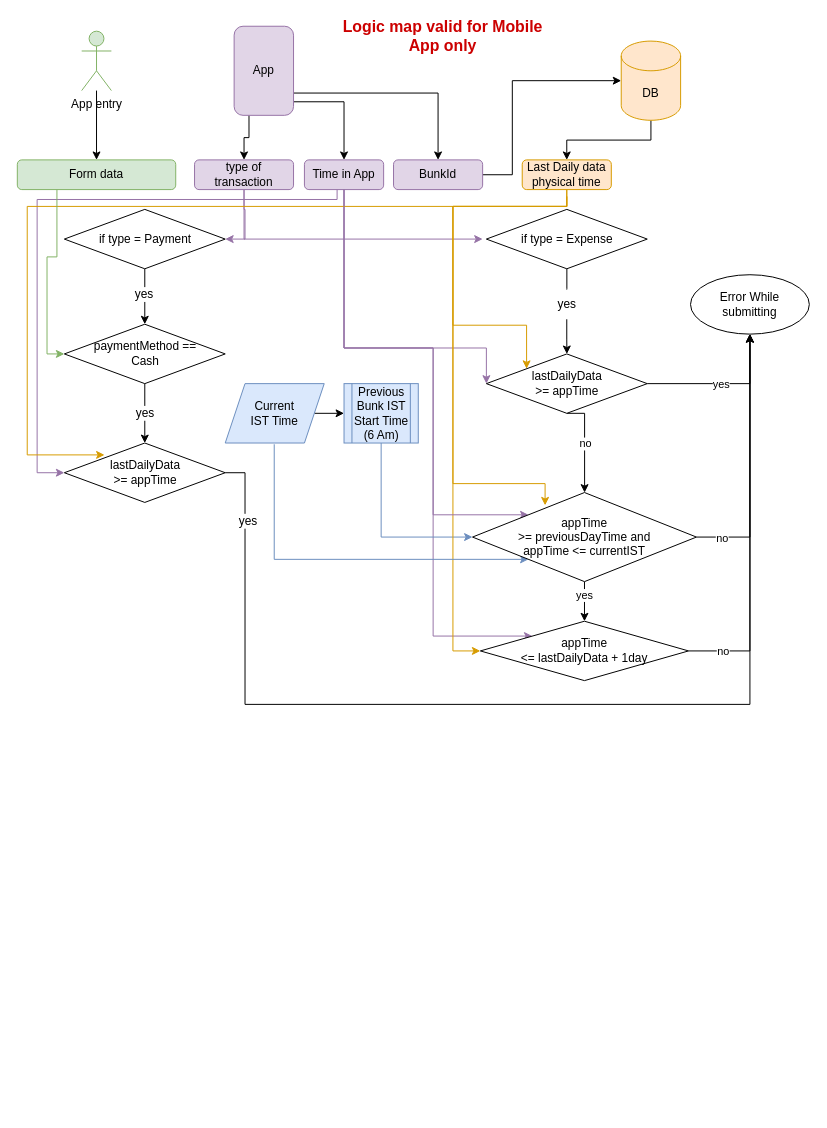
LakshEternl/GazoLogicMap keeps this draw.io diagram as page "InitialCheck" (1 of 3) of Creditor_Transactions.drawio. Above is the earlier version. Source tidied: cells renumbered, new cells numbered last; positions are measured from the earlier drawing's top-left corner, leaving out a move shared by most shapes. Both pictures are drawn from the tidied source at 99%, with x=0, y=0 at pixel (17, 21).
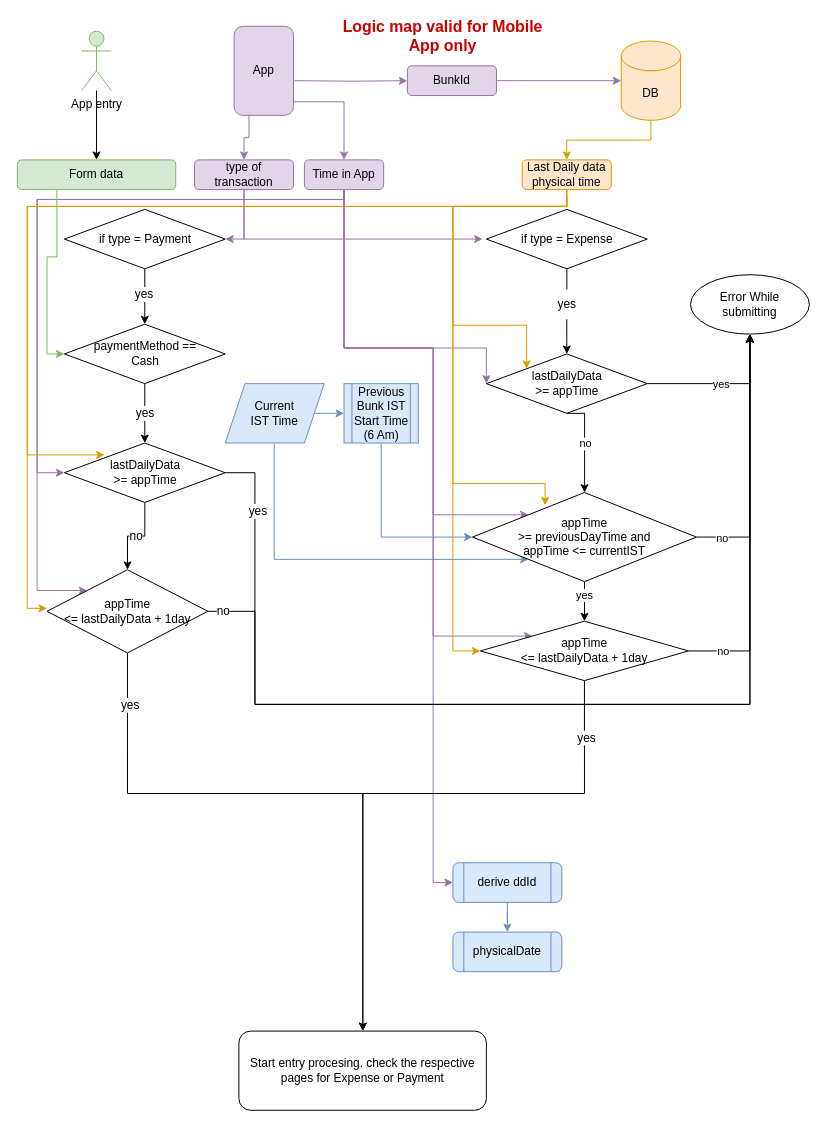
The same diagram, later.

Unchanged cells that the change refers to:
```xml
<mxCell id="4" value="type of transaction" style="rounded=1;whiteSpace=wrap;html=1;fillColor=#e1d5e7;strokeColor=#9673a6;" parent="1" vertex="1">
  <mxGeometry x="179" y="140" width="100" height="30" as="geometry" />
</mxCell>
<mxCell id="8" value="Time in App" style="rounded=1;whiteSpace=wrap;html=1;fillColor=#e1d5e7;strokeColor=#9673a6;" parent="1" vertex="1">
  <mxGeometry x="290" y="140" width="80" height="30" as="geometry" />
</mxCell>
<mxCell id="12" value="&lt;div&gt;Previous Bunk IST &lt;br&gt;&lt;/div&gt;&lt;div&gt;Start Time &lt;/div&gt;(6 Am)" style="shape=process;whiteSpace=wrap;html=1;backgroundOutline=1;fillColor=#dae8fc;strokeColor=#6c8ebf;" parent="1" vertex="1">
  <mxGeometry x="330" y="366" width="75" height="60" as="geometry" />
</mxCell>
<mxCell id="14" value="DB" style="shape=cylinder3;whiteSpace=wrap;html=1;boundedLbl=1;backgroundOutline=1;size=15;fillColor=#ffe6cc;strokeColor=#d79b00;" parent="1" vertex="1">
  <mxGeometry x="610" y="20" width="60" height="80" as="geometry" />
</mxCell>
<mxCell id="23" value="Last Daily data physical time" style="rounded=1;whiteSpace=wrap;html=1;fillColor=#ffe6cc;strokeColor=#d79b00;" parent="1" vertex="1">
  <mxGeometry x="510" y="140" width="90" height="30" as="geometry" />
</mxCell>
<mxCell id="27" value="App" style="rounded=1;whiteSpace=wrap;html=1;fillColor=#e1d5e7;strokeColor=#9673a6;" parent="1" vertex="1">
  <mxGeometry x="219" y="5" width="60" height="90" as="geometry" />
</mxCell>
<mxCell id="28" value="&lt;div&gt;Error While &lt;br&gt;&lt;/div&gt;&lt;div&gt;submitting&lt;/div&gt;" style="ellipse;whiteSpace=wrap;html=1;" parent="1" vertex="1">
  <mxGeometry x="680" y="256" width="120" height="60" as="geometry" />
</mxCell>
<mxCell id="31" value="Current &lt;br&gt;IST Time" style="shape=parallelogram;perimeter=parallelogramPerimeter;whiteSpace=wrap;html=1;fixedSize=1;fillColor=#dae8fc;strokeColor=#6c8ebf;" parent="1" vertex="1">
  <mxGeometry x="210" y="366" width="100" height="60" as="geometry" />
</mxCell>
<mxCell id="46" value="appTime &lt;br&gt;&amp;lt;= lastDailyData + 1day" style="rhombus;whiteSpace=wrap;html=1;" parent="1" vertex="1">
  <mxGeometry x="467.7" y="606" width="210.3" height="60" as="geometry" />
</mxCell>
<mxCell id="49" value="if type = Payment" style="rhombus;whiteSpace=wrap;html=1;" parent="1" vertex="1">
  <mxGeometry x="47.5" y="190" width="162.5" height="60" as="geometry" />
</mxCell>
<mxCell id="57" value="lastDailyData &lt;br&gt;&amp;gt;= appTime" style="rhombus;whiteSpace=wrap;html=1;" parent="1" vertex="1">
  <mxGeometry x="47.5" y="426" width="162.5" height="60" as="geometry" />
</mxCell>
```

What changed in the source:
```diff
@@
     <mxCell id="3" style="edgeStyle=orthogonalEdgeStyle;rounded=0;jettySize=auto;html=1;exitX=0.5;exitY=1;exitDx=0;exitDy=0;entryX=1;entryY=0.5;entryDx=0;entryDy=0;fontSize=12;fontColor=#000000;fillColor=#e1d5e7;strokeColor=#9673a6;" parent="1" edge="1" source="4" target="49">
-      <mxGeometry relative="1" as="geometry" />
+      <mxGeometry relative="1" as="geometry">
+        <Array as="points">
+          <mxPoint x="229" y="220" />
+        </Array>
+      </mxGeometry>
     </mxCell>
@@
-    <mxCell id="7" style="edgeStyle=orthogonalEdgeStyle;rounded=0;jettySize=auto;html=1;exitX=0.5;exitY=1;exitDx=0;exitDy=0;entryX=0;entryY=0.5;entryDx=0;entryDy=0;fontSize=12;fontColor=#000000;fillColor=#e1d5e7;strokeColor=#9673a6;" parent="1" edge="1" target="57">
+    <mxCell id="7" style="edgeStyle=orthogonalEdgeStyle;rounded=0;jettySize=auto;html=1;exitX=0.5;exitY=1;exitDx=0;exitDy=0;entryX=0;entryY=0.5;entryDx=0;entryDy=0;fontSize=12;fontColor=#000000;fillColor=#e1d5e7;strokeColor=#9673a6;" parent="1" edge="1" source="8" target="57">
       <mxGeometry relative="1" as="geometry">
-        <mxPoint x="323" y="170" as="sourcePoint" />
         <Array as="points">
-          <mxPoint x="323" y="180" />
+          <mxPoint x="330" y="180" />
           <mxPoint x="20" y="180" />
           <mxPoint x="20" y="456" />
         </Array>
       </mxGeometry>
     </mxCell>
+    <mxCell id="58" style="edgeStyle=orthogonalEdgeStyle;rounded=0;jettySize=auto;html=1;exitX=0.5;exitY=1;exitDx=0;exitDy=0;entryX=0;entryY=0;entryDx=0;entryDy=0;fontSize=12;fontColor=#000000;fillColor=#e1d5e7;strokeColor=#9673a6;" parent="1" edge="1" source="8" target="68">
+      <mxGeometry relative="1" as="geometry">
+        <Array as="points">
+          <mxPoint x="330" y="180" />
+          <mxPoint x="20" y="180" />
+          <mxPoint x="20" y="575" />
+        </Array>
+      </mxGeometry>
+    </mxCell>
+    <mxCell id="59" style="edgeStyle=orthogonalEdgeStyle;rounded=0;jettySize=auto;html=1;entryX=0;entryY=0.5;entryDx=0;entryDy=0;fontSize=12;fontColor=#000000;fillColor=#e1d5e7;strokeColor=#9673a6;" parent="1" edge="1" source="8" target="71">
+      <mxGeometry relative="1" as="geometry">
+        <Array as="points">
+          <mxPoint x="330" y="330" />
+          <mxPoint x="420" y="330" />
+          <mxPoint x="420" y="870" />
+        </Array>
+      </mxGeometry>
+    </mxCell>
@@
-    <mxCell id="9" style="edgeStyle=orthogonalEdgeStyle;rounded=0;jettySize=auto;html=1;exitX=1;exitY=0.5;exitDx=0;exitDy=0;entryX=0;entryY=0.5;entryDx=0;entryDy=0;entryPerimeter=0;" parent="1" edge="1" source="10" target="14">
+    <mxCell id="9" style="edgeStyle=orthogonalEdgeStyle;rounded=0;jettySize=auto;html=1;exitX=1;exitY=0.5;exitDx=0;exitDy=0;entryX=0;entryY=0.5;entryDx=0;entryDy=0;entryPerimeter=0;fillColor=#e1d5e7;strokeColor=#9673a6;" parent="1" edge="1" source="10" target="14">
       <mxGeometry relative="1" as="geometry">
         <Array as="points">
-          <mxPoint x="500" y="155" />
+          <mxPoint x="500" y="60" />
           <mxPoint x="500" y="60" />
         </Array>
       </mxGeometry>
     </mxCell>
     <mxCell id="10" value="BunkId" style="rounded=1;whiteSpace=wrap;html=1;fillColor=#e1d5e7;strokeColor=#9673a6;" parent="1" vertex="1">
-      <mxGeometry x="380" y="140" width="90" height="30" as="geometry" />
+      <mxGeometry x="394" y="45" width="90" height="30" as="geometry" />
     </mxCell>
@@
-    <mxCell id="13" style="edgeStyle=orthogonalEdgeStyle;rounded=0;jettySize=auto;html=1;exitX=0.5;exitY=1;exitDx=0;exitDy=0;exitPerimeter=0;" parent="1" edge="1" source="14" target="23">
+    <mxCell id="13" style="edgeStyle=orthogonalEdgeStyle;rounded=0;jettySize=auto;html=1;exitX=0.5;exitY=1;exitDx=0;exitDy=0;exitPerimeter=0;fillColor=#ffe6cc;strokeColor=#d79b00;" parent="1" edge="1" source="14" target="23">
       <mxGeometry relative="1" as="geometry" />
     </mxCell>
@@
-    <mxCell id="15" style="edgeStyle=orthogonalEdgeStyle;rounded=0;jettySize=auto;html=1;entryX=0.5;entryY=0;entryDx=0;entryDy=0;exitX=1;exitY=0.848;exitDx=0;exitDy=0;exitPerimeter=0;" parent="1" edge="1" source="27" target="8">
+    <mxCell id="15" style="edgeStyle=orthogonalEdgeStyle;rounded=0;jettySize=auto;html=1;entryX=0.5;entryY=0;entryDx=0;entryDy=0;exitX=1;exitY=0.848;exitDx=0;exitDy=0;exitPerimeter=0;fillColor=#e1d5e7;strokeColor=#9673a6;" parent="1" edge="1" source="27" target="8">
       <mxGeometry relative="1" as="geometry">
         <Array as="points">
           <mxPoint x="330" y="81" />
         </Array>
       </mxGeometry>
     </mxCell>
-    <mxCell id="16" style="edgeStyle=orthogonalEdgeStyle;rounded=0;jettySize=auto;html=1;entryX=0.5;entryY=0;entryDx=0;entryDy=0;exitX=0.25;exitY=1;exitDx=0;exitDy=0;" parent="1" edge="1" source="27" target="4">
+    <mxCell id="16" style="edgeStyle=orthogonalEdgeStyle;rounded=0;jettySize=auto;html=1;entryX=0.5;entryY=0;entryDx=0;entryDy=0;exitX=0.25;exitY=1;exitDx=0;exitDy=0;fillColor=#e1d5e7;strokeColor=#9673a6;" parent="1" edge="1" source="27" target="4">
       <mxGeometry relative="1" as="geometry" />
     </mxCell>
@@
+    <mxCell id="60" style="edgeStyle=orthogonalEdgeStyle;rounded=0;orthogonalLoop=1;jettySize=auto;html=1;exitX=0.5;exitY=1;exitDx=0;exitDy=0;entryX=0;entryY=0.5;entryDx=0;entryDy=0;fontSize=12;fontColor=#000000;fillColor=#ffe6cc;strokeColor=#d79b00;" parent="1" edge="1">
+      <mxGeometry relative="1" as="geometry">
+        <mxPoint x="555" y="167" as="sourcePoint" />
+        <mxPoint x="30" y="593" as="targetPoint" />
+        <Array as="points">
+          <mxPoint x="555" y="187" />
+          <mxPoint x="10" y="187" />
+          <mxPoint x="10" y="593" />
+        </Array>
+      </mxGeometry>
+    </mxCell>
@@
-    <mxCell id="26" style="edgeStyle=orthogonalEdgeStyle;rounded=0;jettySize=auto;html=1;exitX=1;exitY=0.75;exitDx=0;exitDy=0;entryX=0.5;entryY=0;entryDx=0;entryDy=0;" parent="1" edge="1" source="27" target="10">
-      <mxGeometry relative="1" as="geometry" />
-    </mxCell>
+    <mxCell id="61" style="edgeStyle=orthogonalEdgeStyle;rounded=0;jettySize=auto;html=1;fontSize=12;fontColor=#000000;fillColor=#e1d5e7;strokeColor=#9673a6;" parent="1" edge="1" target="10">
+      <mxGeometry relative="1" as="geometry">
+        <mxPoint x="280" y="60" as="sourcePoint" />
+      </mxGeometry>
+    </mxCell>
@@
-    <mxCell id="29" style="edgeStyle=orthogonalEdgeStyle;rounded=0;jettySize=auto;html=1;entryX=0;entryY=0.5;entryDx=0;entryDy=0;exitX=1;exitY=0.5;exitDx=0;exitDy=0;" parent="1" edge="1" source="31" target="12">
+    <mxCell id="29" style="edgeStyle=orthogonalEdgeStyle;rounded=0;jettySize=auto;html=1;entryX=0;entryY=0.5;entryDx=0;entryDy=0;exitX=1;exitY=0.5;exitDx=0;exitDy=0;fillColor=#dae8fc;strokeColor=#6c8ebf;" parent="1" edge="1" source="31" target="12">
       <mxGeometry relative="1" as="geometry" />
     </mxCell>
@@
+    <mxCell id="62" style="edgeStyle=orthogonalEdgeStyle;rounded=0;jettySize=auto;html=1;exitX=0.5;exitY=1;exitDx=0;exitDy=0;fontSize=12;fontColor=#000000;" parent="1" edge="1" source="46" target="69">
+      <mxGeometry relative="1" as="geometry">
+        <Array as="points">
+          <mxPoint x="573" y="780" />
+          <mxPoint x="349" y="780" />
+        </Array>
+      </mxGeometry>
+    </mxCell>
+    <mxCell id="63" value="yes" style="edgeLabel;html=1;align=center;verticalAlign=middle;fontSize=12;fontColor=#000000;" parent="62" vertex="1">
+      <mxGeometry x="-0.8" y="2" relative="1" as="geometry" />
+    </mxCell>
@@
     <mxCell id="55" style="edgeStyle=orthogonalEdgeStyle;rounded=0;jettySize=auto;html=1;exitX=1;exitY=0.5;exitDx=0;exitDy=0;entryX=0.5;entryY=1;entryDx=0;entryDy=0;fontSize=12;fontColor=#000000;" parent="1" edge="1" source="57" target="28">
       <mxGeometry relative="1" as="geometry">
         <Array as="points">
-          <mxPoint x="230" y="456" />
-          <mxPoint x="230" y="690" />
+          <mxPoint x="240" y="456" />
+          <mxPoint x="240" y="690" />
           <mxPoint x="740" y="690" />
         </Array>
       </mxGeometry>
     </mxCell>
@@
+    <mxCell id="64" value="no" style="edgeStyle=orthogonalEdgeStyle;rounded=0;jettySize=auto;html=1;fontSize=12;fontColor=#000000;" parent="1" edge="1" source="57" target="68">
+      <mxGeometry relative="1" as="geometry" />
+    </mxCell>
@@
+    <mxCell id="65" value="no" style="edgeStyle=orthogonalEdgeStyle;rounded=0;jettySize=auto;html=1;entryX=0.5;entryY=1;entryDx=0;entryDy=0;fontSize=12;fontColor=#000000;exitX=1;exitY=0.5;exitDx=0;exitDy=0;" parent="1" edge="1" source="68">
+      <mxGeometry x="-0.97" relative="1" as="geometry">
+        <mxPoint x="740" y="316" as="targetPoint" />
+        <Array as="points">
+          <mxPoint x="240" y="596" />
+          <mxPoint x="240" y="690" />
+          <mxPoint x="740" y="690" />
+        </Array>
+      </mxGeometry>
+    </mxCell>
+    <mxCell id="66" style="edgeStyle=orthogonalEdgeStyle;rounded=0;jettySize=auto;html=1;exitX=0.5;exitY=1;exitDx=0;exitDy=0;fontSize=12;fontColor=#000000;" parent="1" edge="1" source="68" target="69">
+      <mxGeometry relative="1" as="geometry">
+        <Array as="points">
+          <mxPoint x="111" y="780" />
+          <mxPoint x="349" y="780" />
+        </Array>
+      </mxGeometry>
+    </mxCell>
+    <mxCell id="67" value="yes" style="edgeLabel;html=1;align=center;verticalAlign=middle;fontSize=12;fontColor=#000000;" parent="66" vertex="1">
+      <mxGeometry x="-0.83" y="2" relative="1" as="geometry" />
+    </mxCell>
+    <mxCell id="68" value="appTime &lt;br&gt;&amp;lt;= lastDailyData + 1day" style="rhombus;whiteSpace=wrap;html=1;" parent="1" vertex="1">
+      <mxGeometry x="30" y="554" width="162.5" height="84" as="geometry" />
+    </mxCell>
+    <mxCell id="69" value="Start entry procesing. check the respective pages for Expense or Payment" style="rounded=1;whiteSpace=wrap;html=1;fontSize=12;fontColor=#000000;" parent="1" vertex="1">
+      <mxGeometry x="223.8" y="1020" width="250" height="80" as="geometry" />
+    </mxCell>
+    <mxCell id="70" style="edgeStyle=orthogonalEdgeStyle;rounded=0;jettySize=auto;html=1;fontSize=12;fontColor=#000000;fillColor=#dae8fc;strokeColor=#6c8ebf;" parent="1" edge="1" source="71" target="72">
+      <mxGeometry relative="1" as="geometry" />
+    </mxCell>
+    <mxCell id="71" value="derive ddId" style="shape=process;whiteSpace=wrap;html=1;backgroundOutline=1;fillColor=#dae8fc;strokeColor=#6c8ebf;rounded=1;" parent="1" vertex="1">
+      <mxGeometry x="440" y="850" width="110" height="40" as="geometry" />
+    </mxCell>
+    <mxCell id="72" value="physicalDate" style="shape=process;whiteSpace=wrap;html=1;backgroundOutline=1;fillColor=#dae8fc;strokeColor=#6c8ebf;rounded=1;" parent="1" vertex="1">
+      <mxGeometry x="440" y="920" width="110" height="40" as="geometry" />
+    </mxCell>
```
